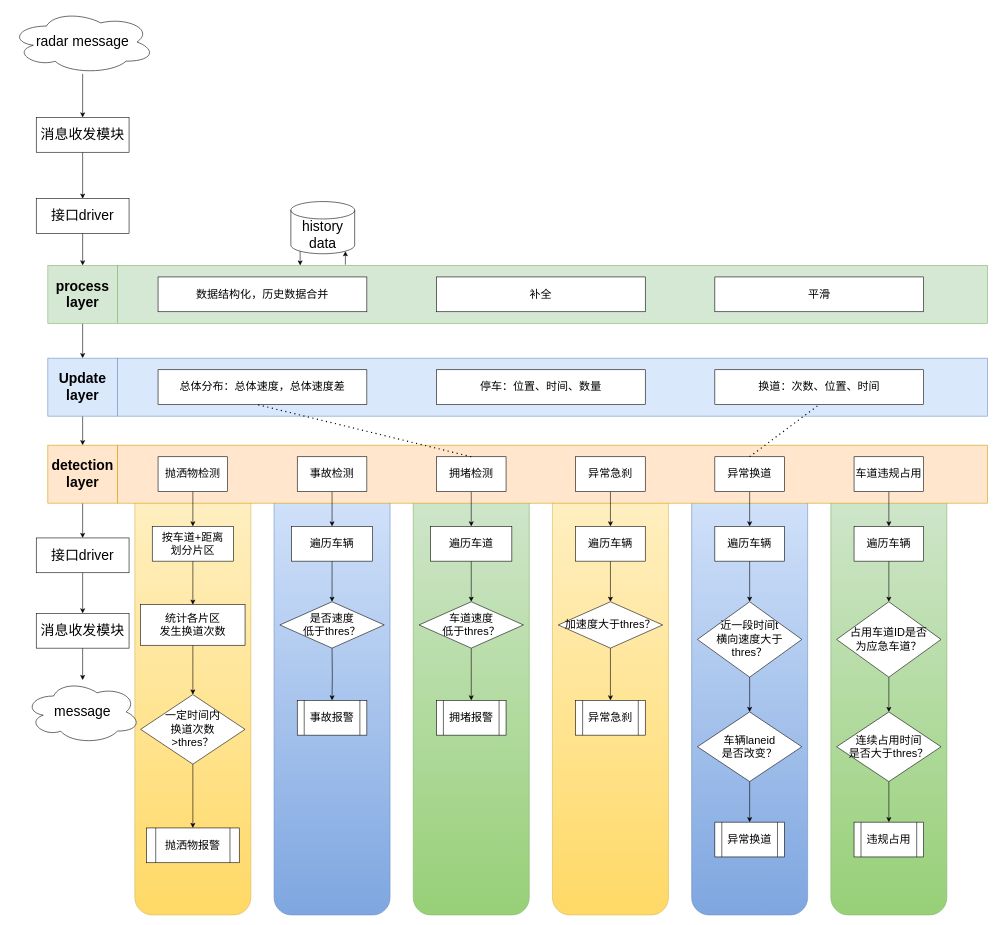
The draw.io diagram page "v2.0" (2 of 2) of docs/algorithms_logic.drawio in Ruyi-Feng/spill-detection, before the edit. Source tidied: cells renumbered, new cells numbered last; positions are measured from the earlier drawing's top-left corner, leaving out a move shared by most shapes. Both pictures are drawn from the tidied source at 58%, with x=0, y=0 at pixel (10, 10).
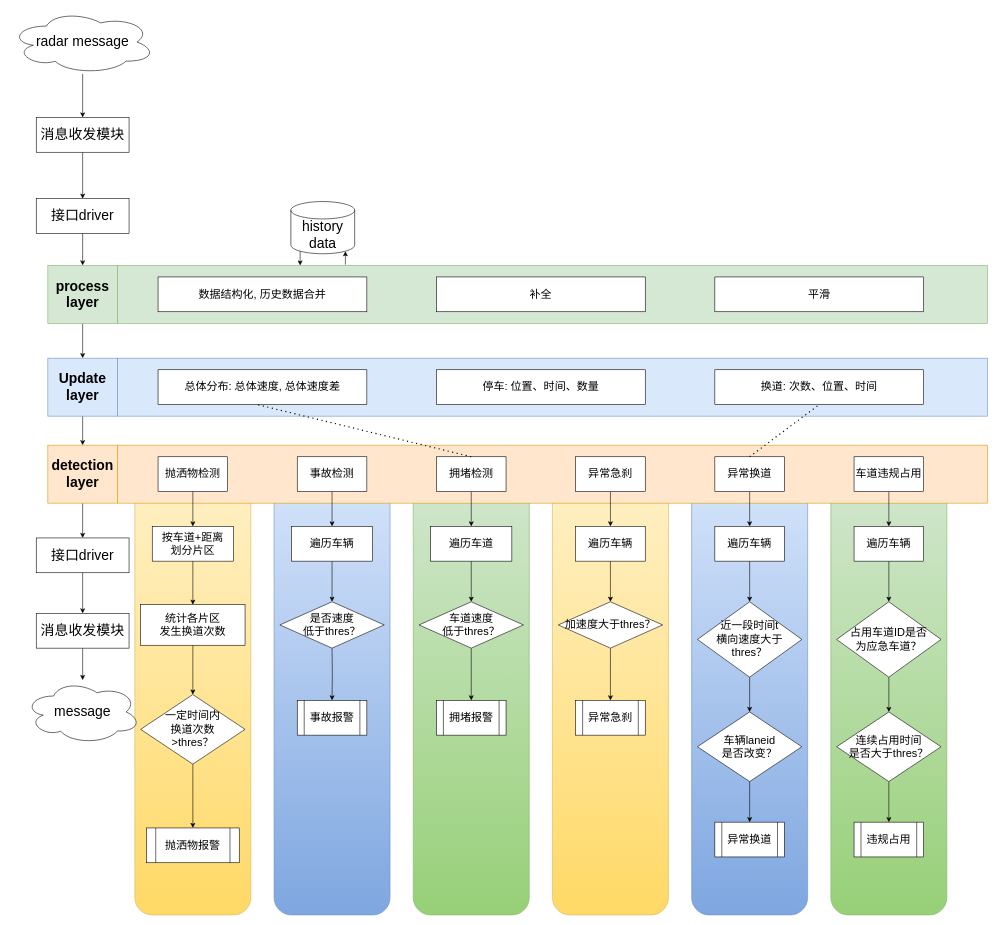
Above is the later version.

Change to the diagram source:
```diff
@@
-    <mxCell id="27" value="数据结构化，历史数据合并" style="rounded=0;whiteSpace=wrap;html=1;fontSize=19;" parent="1" vertex="1">
+    <mxCell id="27" value="数据结构化, 历史数据合并" style="rounded=0;whiteSpace=wrap;html=1;fontSize=19;" parent="1" vertex="1">
       <mxGeometry x="255" y="460" width="360" height="60" as="geometry" />
     </mxCell>
@@
-    <mxCell id="37" value="总体分布：总体速度，总体速度差" style="rounded=0;whiteSpace=wrap;html=1;fontSize=19;" parent="1" vertex="1">
+    <mxCell id="37" value="总体分布: 总体速度, 总体速度差" style="rounded=0;whiteSpace=wrap;html=1;fontSize=19;" parent="1" vertex="1">
       <mxGeometry x="255" y="620" width="360" height="60" as="geometry" />
     </mxCell>
-    <mxCell id="38" value="停车：位置、时间、数量" style="rounded=0;whiteSpace=wrap;html=1;fontSize=19;" parent="1" vertex="1">
+    <mxCell id="38" value="停车: 位置、时间、数量" style="rounded=0;whiteSpace=wrap;html=1;fontSize=19;" parent="1" vertex="1">
       <mxGeometry x="735" y="620" width="360" height="60" as="geometry" />
     </mxCell>
-    <mxCell id="39" value="换道：次数、位置、时间" style="rounded=0;whiteSpace=wrap;html=1;fontSize=19;" parent="1" vertex="1">
+    <mxCell id="39" value="换道: 次数、位置、时间" style="rounded=0;whiteSpace=wrap;html=1;fontSize=19;" parent="1" vertex="1">
       <mxGeometry x="1215" y="620" width="360" height="60" as="geometry" />
     </mxCell>
```
